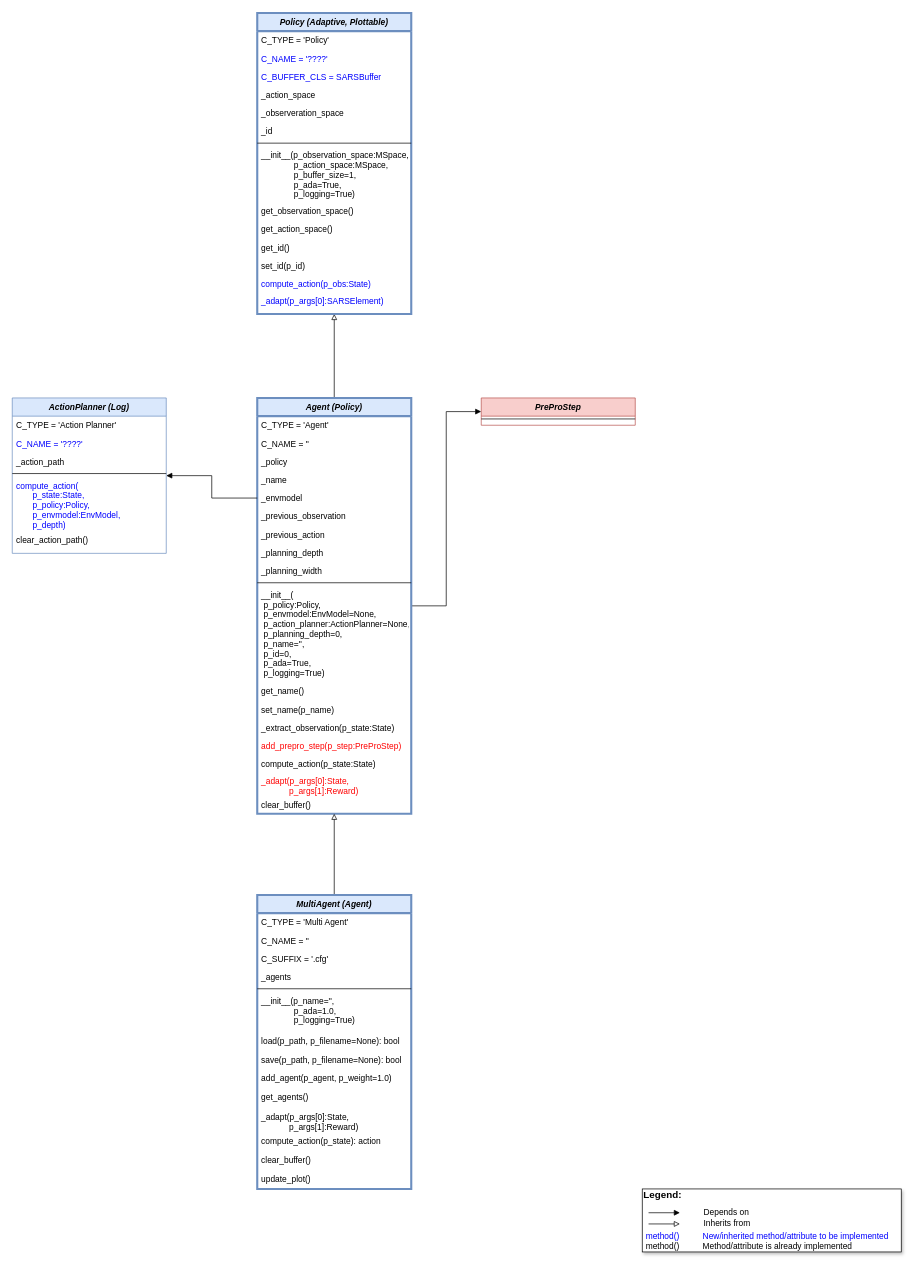
Above: doc/rl/03 agents/MLPro-RL-Agents class diagram.drawio in fhswf/MLPro (draw.io), before the change. Source tidied: cells renumbered, new cells numbered last; positions are measured from the earlier drawing's top-left corner, leaving out a move shared by most shapes. Both pictures are drawn from the tidied source at 70%, with x=0, y=0 at pixel (12, 13).
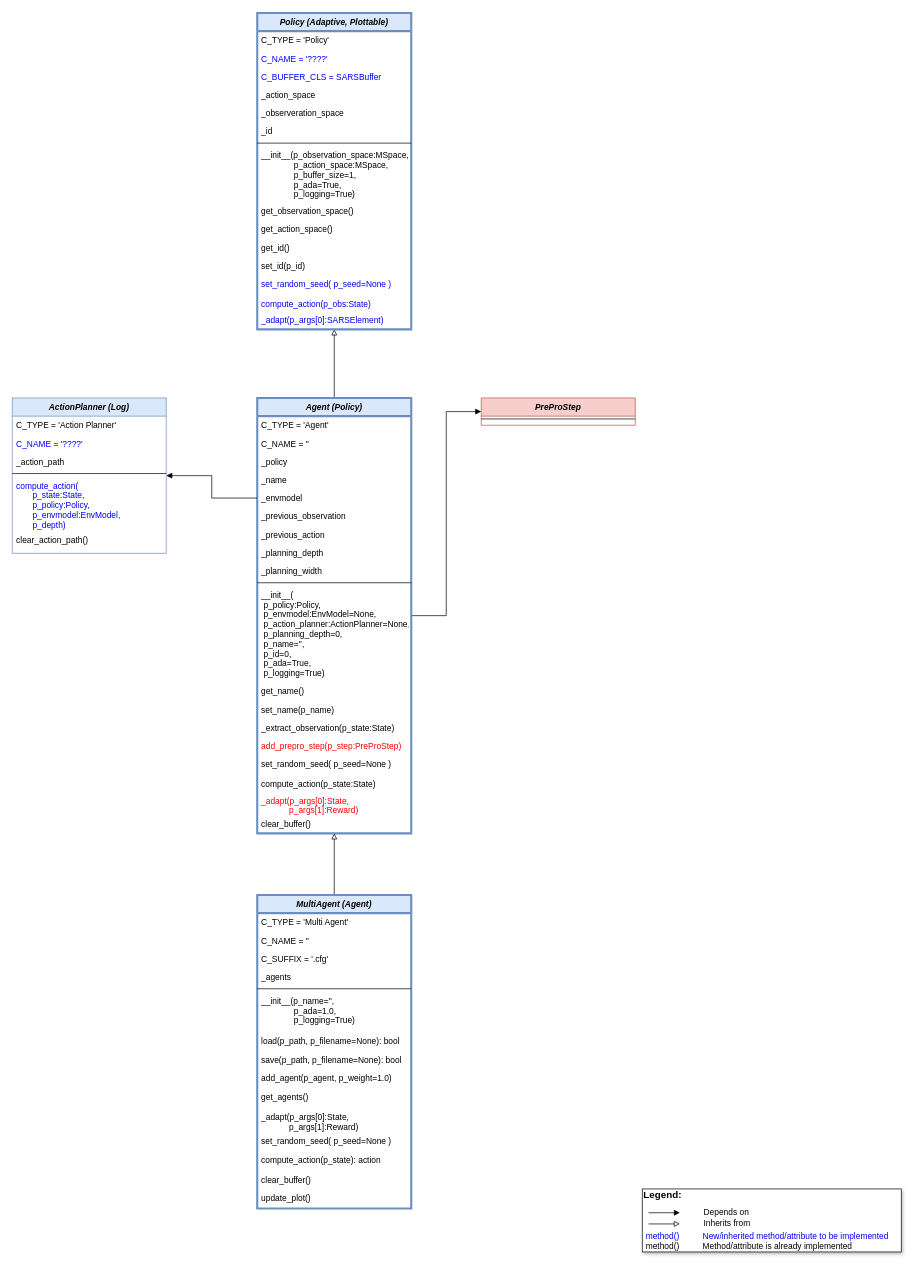
The same diagram, later.

Diff of the diagram source:
```diff
@@
     <mxCell id="4" value="Agent (Policy)" style="swimlane;fontStyle=3;align=center;verticalAlign=top;horizontal=1;startSize=26;rounded=0;shadow=0;strokeWidth=3;fillColor=#dae8fc;strokeColor=#6c8ebf;" parent="1" vertex="1">
-      <mxGeometry x="350" y="550" width="220" height="594" as="geometry" />
+      <mxGeometry x="350" y="550" width="220" height="622" as="geometry" />
     </mxCell>
@@
+    <mxCell id="68" value="set_random_seed( p_seed=None )" style="text;align=left;verticalAlign=top;spacingLeft=4;spacingRight=4;overflow=hidden;" parent="4" vertex="1">
+      <mxGeometry y="510" width="220" height="28" as="geometry" />
+    </mxCell>
     <mxCell id="20" value="compute_action(p_state:State)" style="text;align=left;verticalAlign=top;spacingLeft=4;spacingRight=4;overflow=hidden;" parent="4" vertex="1">
-      <mxGeometry y="510" width="220" height="24" as="geometry" />
+      <mxGeometry y="538" width="220" height="24" as="geometry" />
     </mxCell>
     <mxCell id="21" value="_adapt(p_args[0]:State, &#10;            p_args[1]:Reward)" style="text;align=left;verticalAlign=top;spacingLeft=4;spacingRight=4;overflow=hidden;fontColor=#FF0000;" parent="4" vertex="1">
-      <mxGeometry y="534" width="220" height="34" as="geometry" />
+      <mxGeometry y="562" width="220" height="34" as="geometry" />
     </mxCell>
     <mxCell id="22" value="clear_buffer()" style="text;align=left;verticalAlign=top;spacingLeft=4;spacingRight=4;overflow=hidden;" parent="4" vertex="1">
-      <mxGeometry y="568" width="220" height="26" as="geometry" />
+      <mxGeometry y="596" width="220" height="26" as="geometry" />
     </mxCell>
@@
     <mxCell id="24" value="MultiAgent (Agent)" style="swimlane;fontStyle=3;align=center;verticalAlign=top;horizontal=1;startSize=26;rounded=0;shadow=0;strokeWidth=3;fillColor=#dae8fc;strokeColor=#6c8ebf;" parent="1" vertex="1">
-      <mxGeometry x="350" y="1260" width="220" height="420" as="geometry" />
+      <mxGeometry x="350" y="1260" width="220" height="448" as="geometry" />
     </mxCell>
@@
+    <mxCell id="69" value="set_random_seed( p_seed=None )" style="text;align=left;verticalAlign=top;spacingLeft=4;spacingRight=4;overflow=hidden;" parent="24" vertex="1">
+      <mxGeometry y="338" width="220" height="28" as="geometry" />
+    </mxCell>
     <mxCell id="36" value="compute_action(p_state): action" style="text;align=left;verticalAlign=top;spacingLeft=4;spacingRight=4;overflow=hidden;" parent="24" vertex="1">
-      <mxGeometry y="338" width="220" height="28" as="geometry" />
+      <mxGeometry y="366" width="220" height="28" as="geometry" />
     </mxCell>
     <mxCell id="37" value="clear_buffer()" style="text;align=left;verticalAlign=top;spacingLeft=4;spacingRight=4;overflow=hidden;" parent="24" vertex="1">
-      <mxGeometry y="366" width="220" height="26" as="geometry" />
+      <mxGeometry y="394" width="220" height="26" as="geometry" />
     </mxCell>
     <mxCell id="38" value="update_plot()" style="text;align=left;verticalAlign=top;spacingLeft=4;spacingRight=4;overflow=hidden;" parent="24" vertex="1">
-      <mxGeometry y="392" width="220" height="28" as="geometry" />
+      <mxGeometry y="420" width="220" height="28" as="geometry" />
     </mxCell>
@@
     <mxCell id="43" value="Policy (Adaptive, Plottable)" style="swimlane;fontStyle=3;align=center;verticalAlign=top;horizontal=1;startSize=26;rounded=0;shadow=0;strokeWidth=3;fillColor=#dae8fc;strokeColor=#6c8ebf;" parent="1" vertex="1">
-      <mxGeometry x="350" width="220" height="430" as="geometry" />
+      <mxGeometry x="350" width="220" height="452" as="geometry" />
     </mxCell>
@@
+    <mxCell id="70" value="set_random_seed( p_seed=None )" style="text;align=left;verticalAlign=top;spacingLeft=4;spacingRight=4;overflow=hidden;fontColor=#0000FF;" parent="43" vertex="1">
+      <mxGeometry y="374" width="220" height="28" as="geometry" />
+    </mxCell>
     <mxCell id="56" value="compute_action(p_obs:State)" style="text;align=left;verticalAlign=top;spacingLeft=4;spacingRight=4;overflow=hidden;fontColor=#0000FF;" parent="43" vertex="1">
-      <mxGeometry y="374" width="220" height="24" as="geometry" />
+      <mxGeometry y="402" width="220" height="24" as="geometry" />
     </mxCell>
     <mxCell id="57" value="_adapt(p_args[0]:SARSElement)" style="text;align=left;verticalAlign=top;spacingLeft=4;spacingRight=4;overflow=hidden;fontColor=#0000FF;" parent="43" vertex="1">
-      <mxGeometry y="398" width="220" height="26" as="geometry" />
+      <mxGeometry y="426" width="220" height="26" as="geometry" />
     </mxCell>
```
